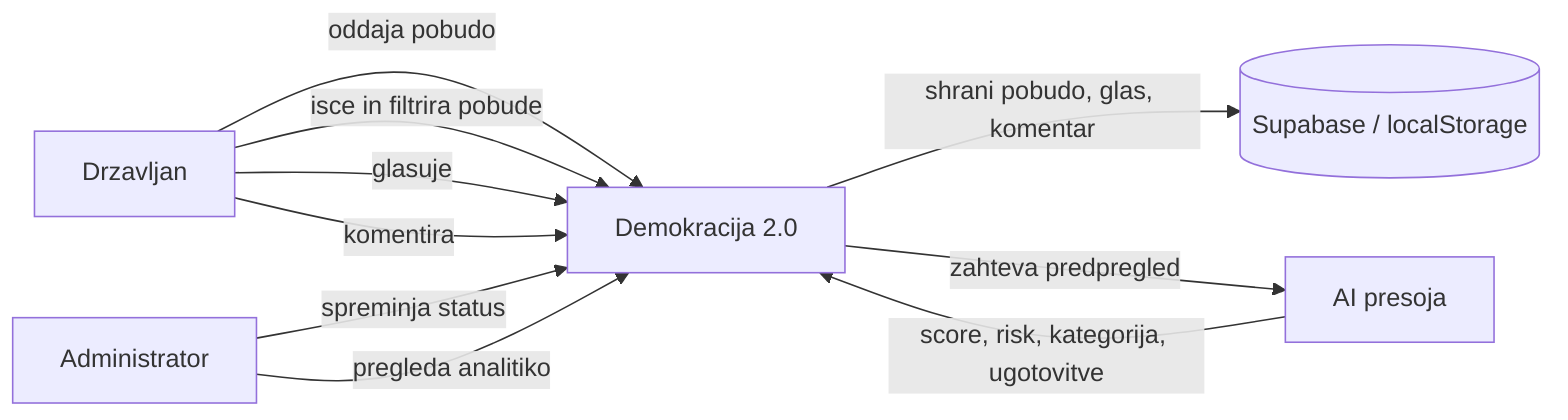
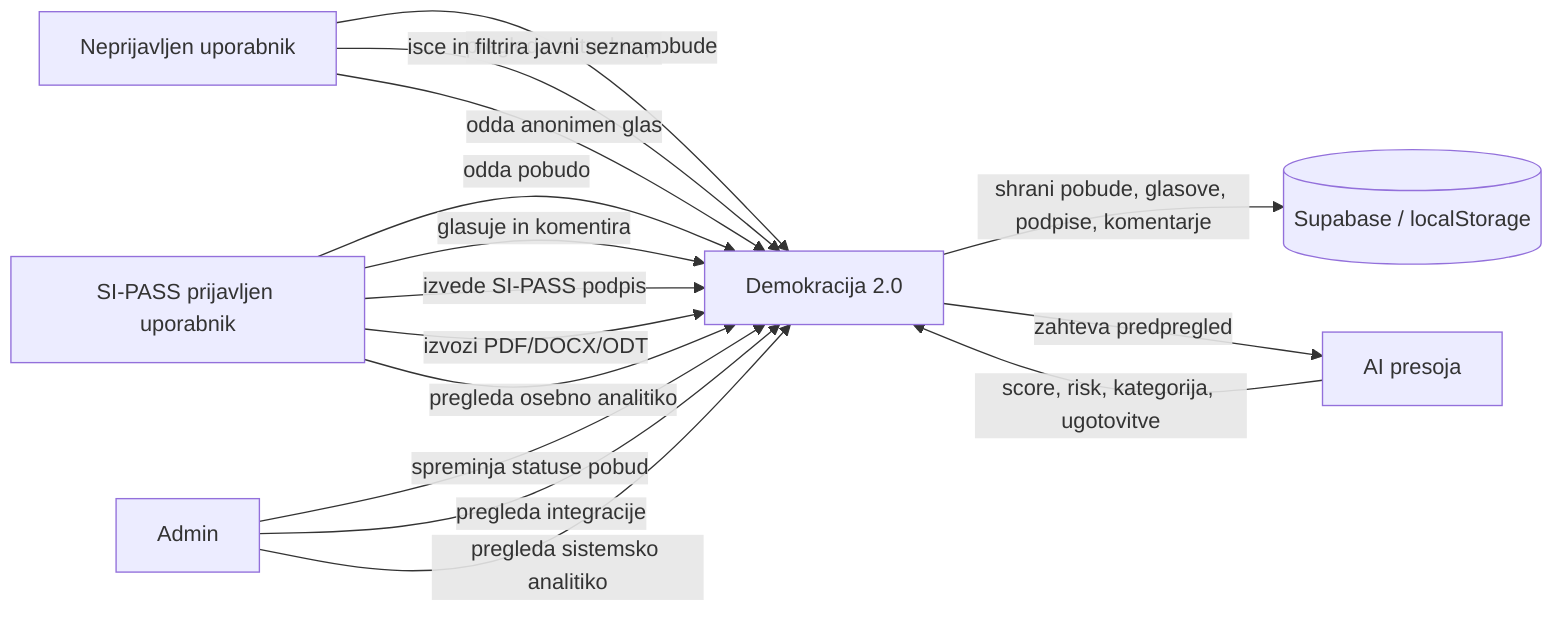
flowchart LR
-   Citizen[Drzavljan]
-   Admin[Administrator]
+   Anonymous[Neprijavljen uporabnik]
+   Sipass[SI-PASS prijavljen uporabnik]
+   Admin[Admin]
  AI[AI presoja]
  Platform[Demokracija 2.0]
  Database[(Supabase / localStorage)]

-   Citizen -->|oddaja pobudo| Platform
-   Citizen -->|isce in filtrira pobude| Platform
-   Citizen -->|glasuje| Platform
-   Citizen -->|komentira| Platform
-   Platform -->|shrani pobudo, glas, komentar| Database
+   Anonymous -->|pregleda aktualne pobude| Platform
+   Anonymous -->|isce in filtrira javni seznam| Platform
+   Anonymous -->|odda anonimen glas| Platform
+   Sipass -->|odda pobudo| Platform
+   Sipass -->|glasuje in komentira| Platform
+   Sipass -->|izvede SI-PASS podpis| Platform
+   Sipass -->|izvozi PDF/DOCX/ODT| Platform
+   Sipass -->|pregleda osebno analitiko| Platform
+   Admin -->|spreminja statuse pobud| Platform
+   Admin -->|pregleda integracije| Platform
+   Admin -->|pregleda sistemsko analitiko| Platform
+   Platform -->|shrani pobude, glasove, podpise, komentarje| Database
  Platform -->|zahteva predpregled| AI
  AI -->|score, risk, kategorija, ugotovitve| Platform
-   Admin -->|spreminja status| Platform
-   Admin -->|pregleda analitiko| Platform
